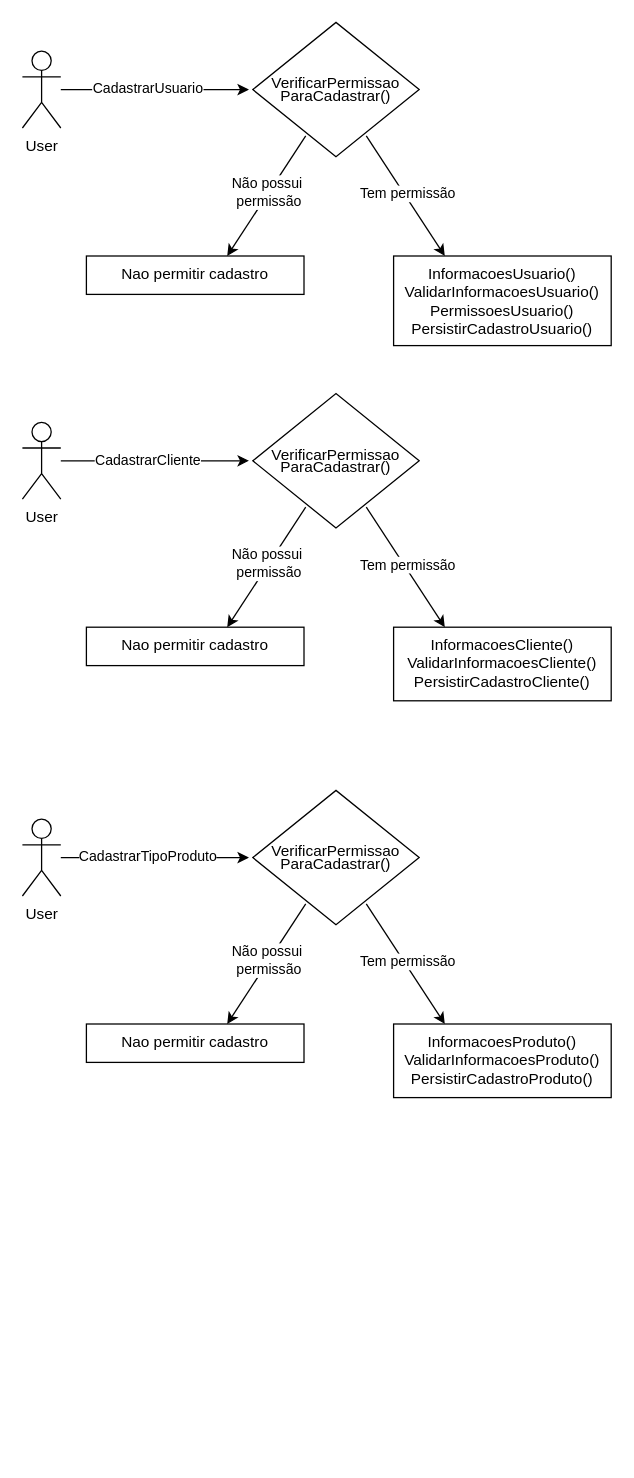
Before: page "Cadastros" (2 of 2) of LavanderiaDiagram.drawio in lucasVirolli/Lavanderia, a draw.io diagram. Source tidied: cells renumbered, new cells numbered last; positions are measured from the earlier drawing's top-left corner, leaving out a move shared by most shapes. Both pictures are drawn from the tidied source at 128%, with x=0, y=0 at pixel (22, 22).
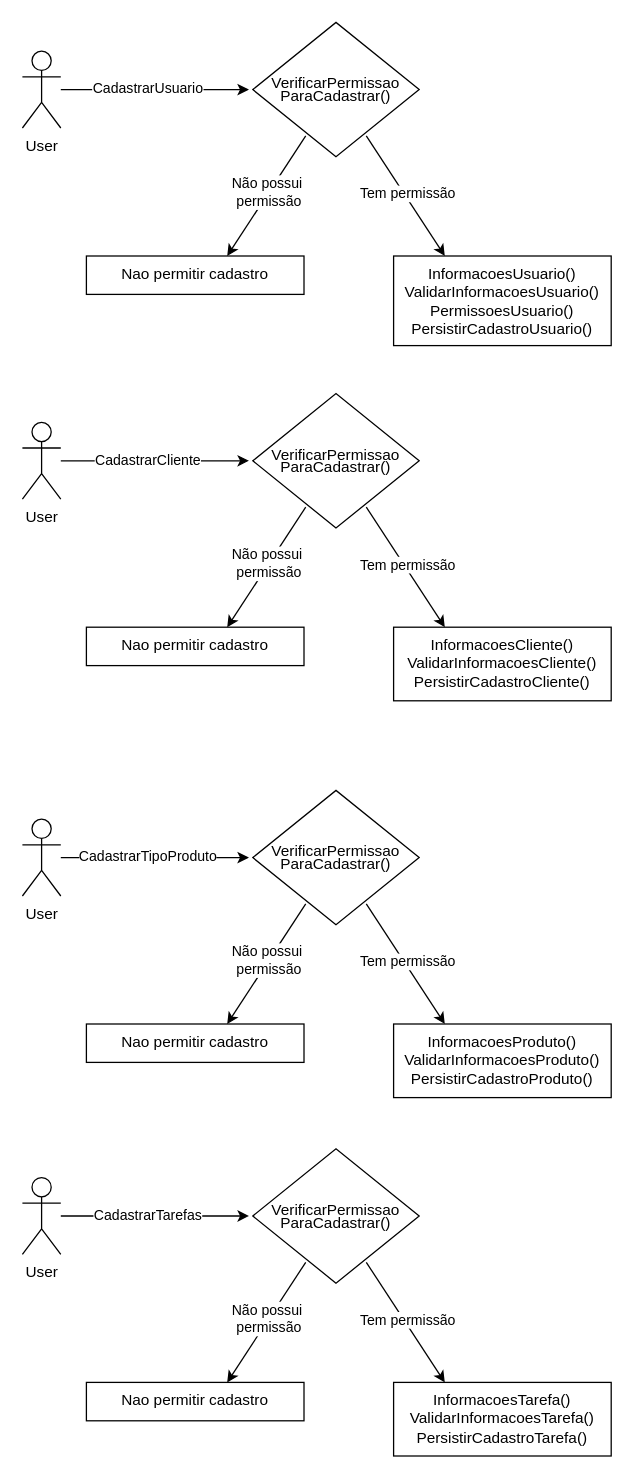
The same diagram, later.

Diff of the diagram source:
```diff
@@
+    <mxCell id="32" value="User" style="shape=umlActor;verticalLabelPosition=bottom;verticalAlign=top;html=1;outlineConnect=0;" parent="1" vertex="1">
+      <mxGeometry y="902.5" width="30" height="60" as="geometry" />
+    </mxCell>
+    <mxCell id="33" style="edgeStyle=orthogonalEdgeStyle;rounded=0;jettySize=auto;html=1;" parent="1" edge="1" source="32" target="36">
+      <mxGeometry relative="1" as="geometry" />
+    </mxCell>
+    <mxCell id="34" value="CadastrarTarefas" style="edgeLabel;html=1;align=center;verticalAlign=middle;" parent="33" vertex="1">
+      <mxGeometry x="-0.09" y="1" relative="1" as="geometry" />
+    </mxCell>
+    <mxCell id="35" value="InformacoesTarefa()&lt;div&gt;ValidarInformacoesTarefa()&lt;/div&gt;&lt;div&gt;PersistirCadastroTarefa()&lt;/div&gt;" style="whiteSpace=wrap;html=1;verticalAlign=top;" parent="1" vertex="1">
+      <mxGeometry x="290" y="1062.5" width="170" height="57.5" as="geometry" />
+    </mxCell>
+    <mxCell id="36" value="&lt;div style=&quot;line-height: 80%;&quot;&gt;VerificarPermissao&lt;/div&gt;&lt;div style=&quot;line-height: 80%;&quot;&gt;ParaCadastrar()&lt;/div&gt;" style="rhombus;html=1;verticalAlign=middle;horizontal=1;fontStyle=0;whiteSpace=wrap;flipH=1;flipV=1;perimeterSpacing=3;align=center;" parent="1" vertex="1">
+      <mxGeometry x="180" y="880" width="130" height="105" as="geometry" />
+    </mxCell>
+    <mxCell id="37" style="endArrow=classic;html=1;rounded=0;" parent="1" edge="1" source="36">
+      <mxGeometry relative="1" as="geometry">
+        <mxPoint x="160" y="1062.5" as="targetPoint" />
+      </mxGeometry>
+    </mxCell>
+    <mxCell id="38" style="endArrow=classic;html=1;rounded=0;" parent="1" edge="1" source="36">
+      <mxGeometry relative="1" as="geometry">
+        <mxPoint x="330" y="1062.5" as="targetPoint" />
+      </mxGeometry>
+    </mxCell>
+    <mxCell id="39" value="Tem permissão" style="edgeLabel;html=1;align=center;verticalAlign=middle;" parent="38" vertex="1">
+      <mxGeometry x="-0.24" y="-2" relative="1" as="geometry">
+        <mxPoint x="10" y="8" as="offset" />
+      </mxGeometry>
+    </mxCell>
+    <mxCell id="40" value="Não possui&lt;div&gt;&amp;nbsp;permissão&lt;/div&gt;" style="edgeLabel;html=1;align=center;verticalAlign=middle;" parent="1" vertex="1">
+      <mxGeometry x="190" y="1012.5" as="geometry" />
+    </mxCell>
+    <mxCell id="41" value="Nao permitir cadastro" style="whiteSpace=wrap;html=1;verticalAlign=top;" parent="1" vertex="1">
+      <mxGeometry x="50" y="1062.5" width="170" height="30" as="geometry" />
+    </mxCell>
```
